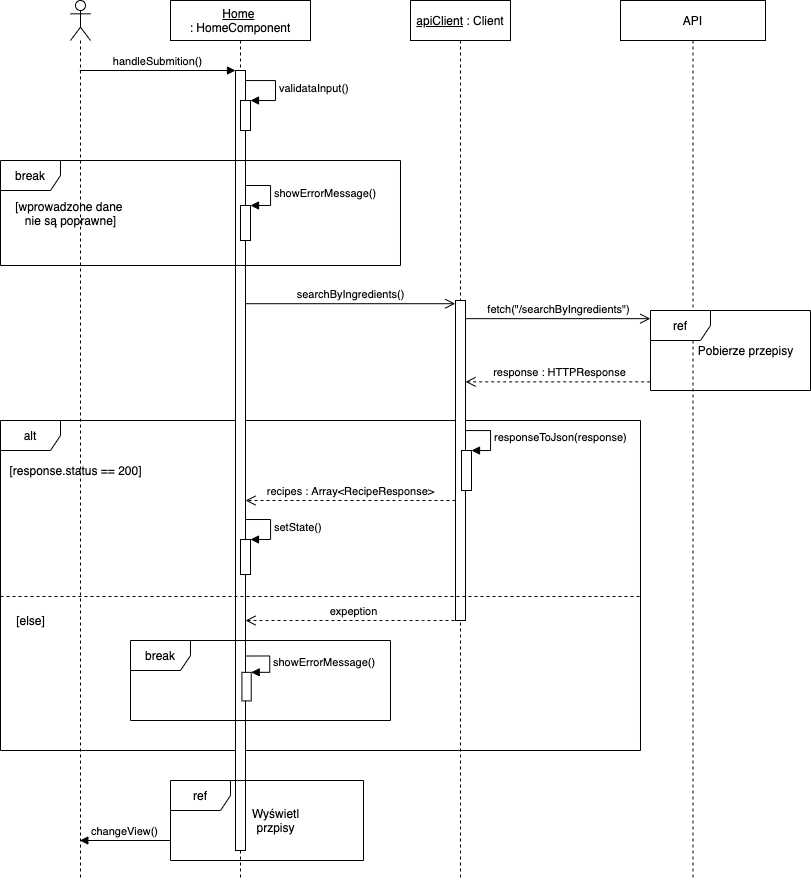
The draw.io diagram diagrams/out/Sequence_1.png in lukmccall/CookBook, before a commit. Source tidied: cells renumbered, new cells last; positions are measured from the earlier drawing's top-left corner, leaving out a move shared by most shapes.
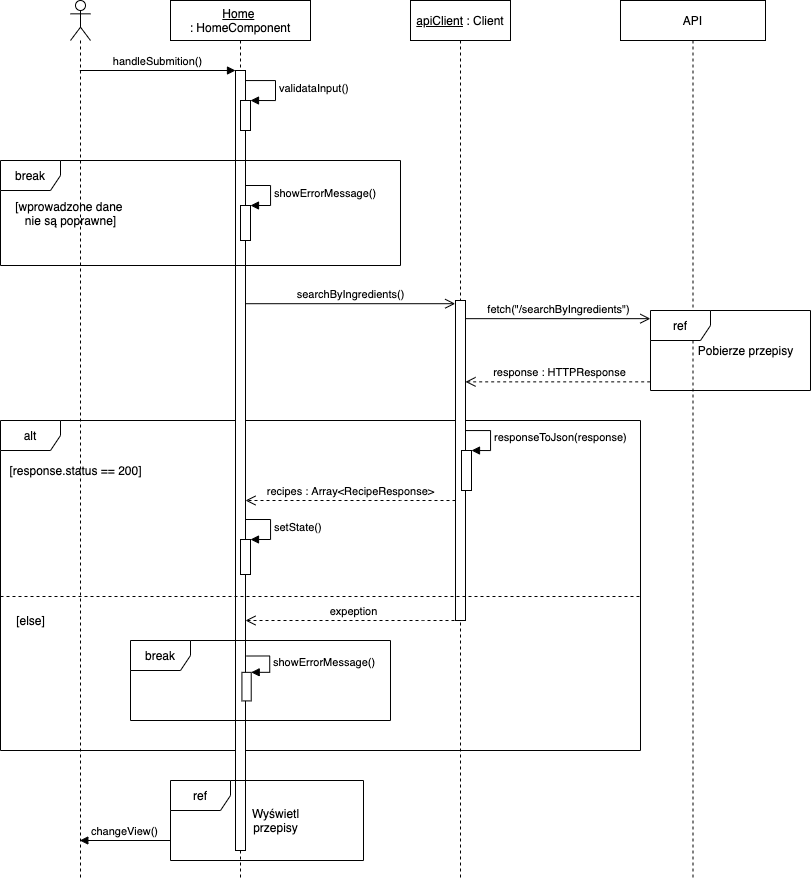
The same diagram one commit later.

The edit, as a diff of the source:
```diff
@@ -143,7 +143,7 @@
     <mxCell id="37" value="ref" style="shape=umlFrame;whiteSpace=wrap;html=1;" parent="36" vertex="1">
       <mxGeometry width="193" height="80" as="geometry" />
     </mxCell>
-    <mxCell id="38" value="Wyświetl&lt;br&gt;przpisy" style="text;html=1;align=center;verticalAlign=middle;" parent="36" vertex="1">
+    <mxCell id="38" value="Wyświetl&lt;br&gt;przepisy" style="text;html=1;align=center;verticalAlign=middle;" parent="36" vertex="1">
       <mxGeometry x="75" y="25" width="60" height="30" as="geometry" />
     </mxCell>
     <mxCell id="39" value="changeView()" style="html=1;verticalAlign=bottom;endArrow=block;" parent="1" edge="1" target="3">
```
